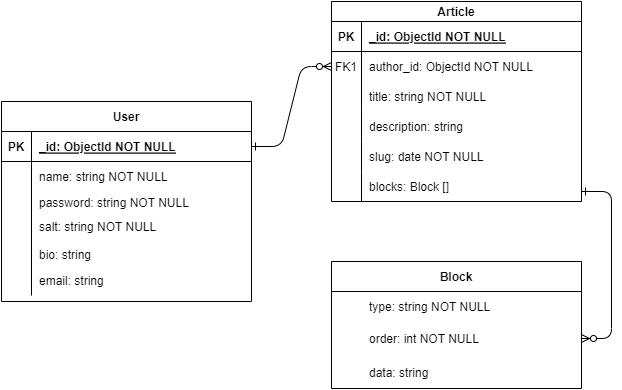
Earlier version of the draw.io export minimum-schema.drawio.png (anhvupt/minimum-aka-medium-clone). Source tidied: cells renumbered, new cells last; positions are measured from the earlier drawing's top-left corner, leaving out a move shared by most shapes.
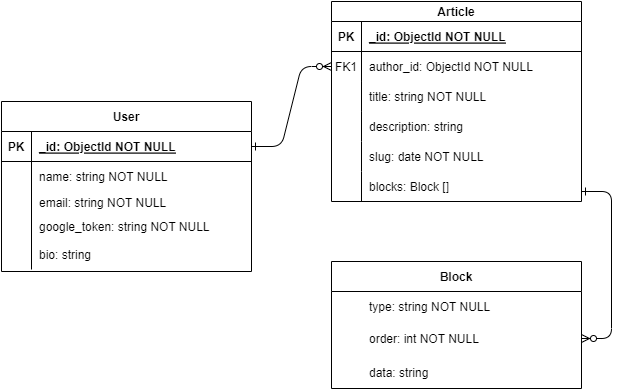
Later version of the same file.

Diff of the diagram source:
```diff
@@ -71,7 +71,7 @@
       <mxGeometry x="30" width="220" height="33" as="geometry" />
     </mxCell>
     <mxCell id="24" value="User" style="shape=table;startSize=30;rowLines=0;fontStyle=1;align=center;" parent="1" vertex="1">
-      <mxGeometry y="100" width="250" height="200" as="geometry" />
+      <mxGeometry y="100" width="250" height="170" as="geometry" />
     </mxCell>
     <mxCell id="25" style="shape=partialRectangle;fillColor=none;points=[[0,0.5],[1,0.5]];portConstraint=eastwest;top=0;left=0;right=0;bottom=1;" parent="24" vertex="1">
       <mxGeometry y="30" width="250" height="30" as="geometry" />
@@ -91,18 +91,15 @@
     <mxCell id="30" value="name: string NOT NULL" style="shape=partialRectangle;overflow=hidden;fillColor=none;top=0;left=0;bottom=0;right=0;align=left;spacingLeft=6;" parent="28" vertex="1">
       <mxGeometry x="30" width="220" height="30" as="geometry" />
     </mxCell>
-    <mxCell id="31" value="password: string NOT NULL" style="shape=partialRectangle;overflow=hidden;fillColor=none;top=0;left=1;bottom=0;right=0;align=left;spacingLeft=6;" parent="1" vertex="1">
+    <mxCell id="31" value="email: string NOT NULL" style="shape=partialRectangle;overflow=hidden;fillColor=none;top=0;left=1;bottom=0;right=0;align=left;spacingLeft=6;" parent="1" vertex="1">
       <mxGeometry x="30" y="186" width="220" height="30" as="geometry" />
     </mxCell>
-    <mxCell id="32" value="salt: string NOT NULL" style="shape=partialRectangle;overflow=hidden;fillColor=none;top=0;left=1;bottom=0;right=0;align=left;spacingLeft=6;" parent="1" vertex="1">
+    <mxCell id="32" value="google_token: string NOT NULL" style="shape=partialRectangle;overflow=hidden;fillColor=none;top=0;left=1;bottom=0;right=0;align=left;spacingLeft=6;" parent="1" vertex="1">
       <mxGeometry x="30" y="210" width="220" height="30" as="geometry" />
     </mxCell>
     <mxCell id="33" value="bio: string" style="shape=partialRectangle;overflow=hidden;fillColor=none;top=0;left=1;bottom=0;right=0;align=left;spacingLeft=6;" parent="1" vertex="1">
       <mxGeometry x="30" y="238" width="220" height="30" as="geometry" />
     </mxCell>
-    <mxCell id="34" value="email: string" style="shape=partialRectangle;overflow=hidden;fillColor=none;top=0;left=1;bottom=0;right=0;align=left;spacingLeft=6;" parent="1" vertex="1">
-      <mxGeometry x="30" y="264" width="220" height="30" as="geometry" />
-    </mxCell>
     <mxCell id="35" value="description: string" style="shape=partialRectangle;overflow=hidden;fillColor=none;top=0;left=1;bottom=0;right=0;align=left;spacingLeft=6;" parent="1" vertex="1">
       <mxGeometry x="360" y="110" width="220" height="30" as="geometry" />
     </mxCell>
```
